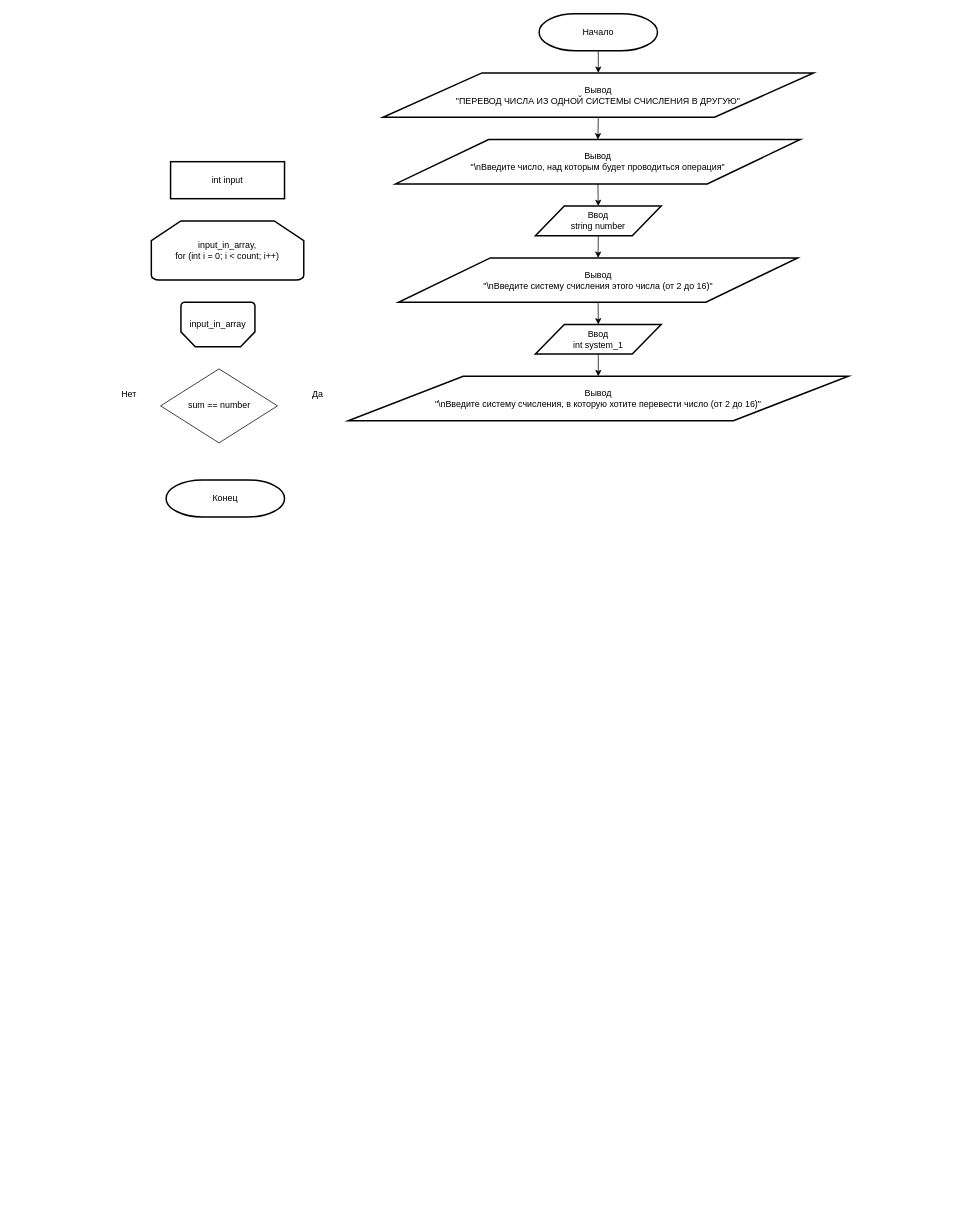
Above: Блок-схема по системам счисления.drawio in Ro1ix/number_system (draw.io), before the change. Source tidied: cells renumbered, new cells numbered last; positions are measured from the earlier drawing's top-left corner, leaving out a move shared by most shapes. Both pictures are drawn from the tidied source at 74%, with x=0, y=0 at pixel (107, 13).
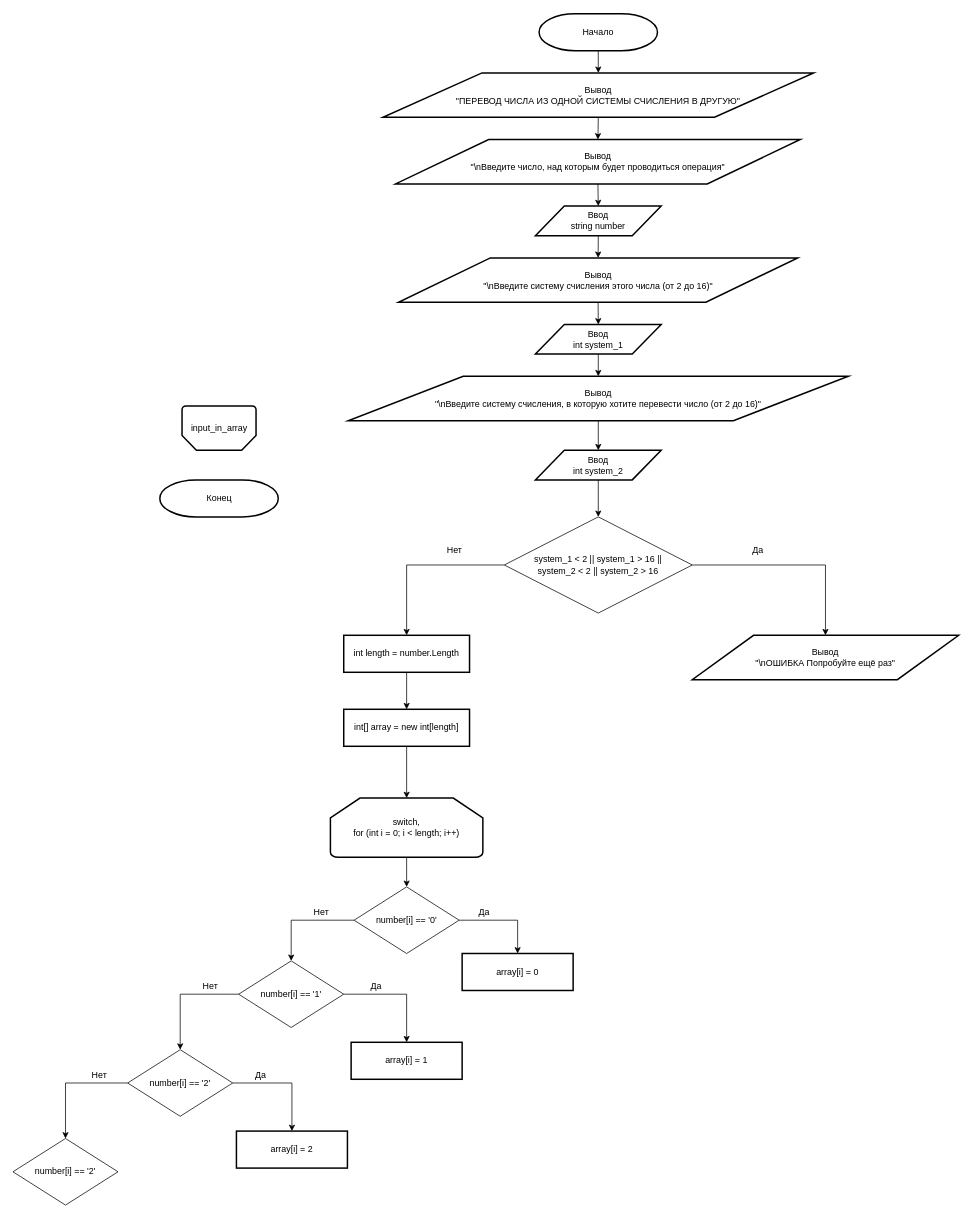
The same page after the edit.

Commit message:
Блок-схема

The change refers to these unchanged cells:
```xml
<mxCell id="23" value="Вывод&lt;br&gt;&quot;\nВведите систему счисления, в которую хотите перевести число (от 2 до 16)&quot;" style="shape=parallelogram;html=1;strokeWidth=2;perimeter=parallelogramPerimeter;whiteSpace=wrap;rounded=1;arcSize=0;size=0.23;" parent="1" vertex="1">
  <mxGeometry x="326" y="490" width="676" height="60" as="geometry" />
</mxCell>
```

The edit, as a diff of the source:
```diff
@@
+    <mxCell id="24" style="edgeStyle=orthogonalEdgeStyle;rounded=0;jettySize=auto;html=1;exitX=0.5;exitY=1;exitDx=0;exitDy=0;entryX=0.5;entryY=0;entryDx=0;entryDy=0;" parent="1" edge="1" source="4" target="33">
+      <mxGeometry relative="1" as="geometry" />
+    </mxCell>
-    <mxCell id="4" value="int input" style="rounded=1;whiteSpace=wrap;html=1;absoluteArcSize=1;arcSize=0;strokeWidth=2;" parent="1" vertex="1">
-      <mxGeometry x="86" y="200" width="154" height="50" as="geometry" />
+    <mxCell id="4" value="int length = number.Length" style="rounded=1;whiteSpace=wrap;html=1;absoluteArcSize=1;arcSize=0;strokeWidth=2;" parent="1" vertex="1">
+      <mxGeometry x="320" y="840" width="170" height="50" as="geometry" />
     </mxCell>
+    <mxCell id="25" style="edgeStyle=orthogonalEdgeStyle;rounded=0;jettySize=auto;html=1;exitX=0.5;exitY=1;exitDx=0;exitDy=0;exitPerimeter=0;entryX=0.5;entryY=0;entryDx=0;entryDy=0;" parent="1" edge="1" source="5" target="36">
+      <mxGeometry relative="1" as="geometry" />
+    </mxCell>
-    <mxCell id="5" value="input_in_array,&lt;br&gt;for (int i = 0; i &amp;lt; count; i++)" style="strokeWidth=2;html=1;shape=mxgraph.flowchart.loop_limit;whiteSpace=wrap;" parent="1" vertex="1">
-      <mxGeometry x="60" y="280" width="206" height="80" as="geometry" />
+    <mxCell id="5" value="switch,&lt;br&gt;for (int i = 0; i &amp;lt; length; i++)" style="strokeWidth=2;html=1;shape=mxgraph.flowchart.loop_limit;whiteSpace=wrap;" parent="1" vertex="1">
+      <mxGeometry x="302" y="1060" width="206" height="80" as="geometry" />
     </mxCell>
@@
     <mxCell id="8" style="group;" parent="1" vertex="1">
-      <mxGeometry x="100" y="390" width="100" height="60" as="geometry" />
+      <mxGeometry x="101.5" y="530" width="100" height="60" as="geometry" />
     </mxCell>
@@
+    <mxCell id="26" style="edgeStyle=orthogonalEdgeStyle;rounded=0;jettySize=auto;html=1;exitX=1;exitY=0.5;exitDx=0;exitDy=0;entryX=0.5;entryY=0;entryDx=0;entryDy=0;" parent="1" edge="1" source="11" target="31">
+      <mxGeometry relative="1" as="geometry" />
+    </mxCell>
+    <mxCell id="27" style="edgeStyle=orthogonalEdgeStyle;rounded=0;jettySize=auto;html=1;exitX=0;exitY=0.5;exitDx=0;exitDy=0;entryX=0.5;entryY=0;entryDx=0;entryDy=0;" parent="1" edge="1" source="11" target="4">
+      <mxGeometry relative="1" as="geometry" />
+    </mxCell>
-    <mxCell id="11" value="sum == number" style="rhombus;whiteSpace=wrap;html=1;" parent="1" vertex="1">
-      <mxGeometry x="72.5" y="480" width="158" height="100" as="geometry" />
+    <mxCell id="11" value="system_1 &amp;lt; 2 || system_1 &amp;gt; 16 ||&lt;br&gt;system_2 &amp;lt; 2 || system_2 &amp;gt; 16" style="rhombus;whiteSpace=wrap;html=1;" parent="1" vertex="1">
+      <mxGeometry x="537" y="680" width="254" height="130" as="geometry" />
     </mxCell>
     <mxCell id="12" value="Да" style="text;html=1;strokeColor=none;fillColor=none;align=center;verticalAlign=middle;whiteSpace=wrap;rounded=0;" parent="1" vertex="1">
-      <mxGeometry x="254.5" y="500" width="60" height="30" as="geometry" />
+      <mxGeometry x="850" y="710" width="60" height="30" as="geometry" />
     </mxCell>
     <mxCell id="13" value="Нет" style="text;html=1;strokeColor=none;fillColor=none;align=center;verticalAlign=middle;whiteSpace=wrap;rounded=0;" parent="1" vertex="1">
-      <mxGeometry y="500" width="60" height="30" as="geometry" />
+      <mxGeometry x="440" y="710" width="60" height="30" as="geometry" />
     </mxCell>
     <mxCell id="14" value="Конец" style="strokeWidth=2;html=1;shape=mxgraph.flowchart.terminator;whiteSpace=wrap;" parent="1" vertex="1">
-      <mxGeometry x="80" y="630" width="160" height="50" as="geometry" />
+      <mxGeometry x="71.5" y="630" width="160" height="50" as="geometry" />
     </mxCell>
@@
+    <mxCell id="28" style="edgeStyle=orthogonalEdgeStyle;rounded=0;jettySize=auto;html=1;exitX=0.5;exitY=1;exitDx=0;exitDy=0;entryX=0.5;entryY=0;entryDx=0;entryDy=0;" parent="1" edge="1" source="23" target="30">
+      <mxGeometry relative="1" as="geometry" />
+    </mxCell>
@@
+    <mxCell id="29" style="edgeStyle=orthogonalEdgeStyle;rounded=0;jettySize=auto;html=1;exitX=0.5;exitY=1;exitDx=0;exitDy=0;entryX=0.5;entryY=0;entryDx=0;entryDy=0;" parent="1" edge="1" source="30" target="11">
+      <mxGeometry relative="1" as="geometry" />
+    </mxCell>
+    <mxCell id="30" value="Ввод&lt;br&gt;int system_2" style="shape=parallelogram;html=1;strokeWidth=2;perimeter=parallelogramPerimeter;whiteSpace=wrap;rounded=1;arcSize=0;size=0.23;" parent="1" vertex="1">
+      <mxGeometry x="579" y="590" width="170" height="40" as="geometry" />
+    </mxCell>
+    <mxCell id="31" value="Вывод&lt;br&gt;&quot;\nОШИБКА Попробуйте ещё раз&quot;" style="shape=parallelogram;html=1;strokeWidth=2;perimeter=parallelogramPerimeter;whiteSpace=wrap;rounded=1;arcSize=0;size=0.23;" parent="1" vertex="1">
+      <mxGeometry x="791" y="840" width="360" height="60" as="geometry" />
+    </mxCell>
+    <mxCell id="32" style="edgeStyle=orthogonalEdgeStyle;rounded=0;jettySize=auto;html=1;exitX=0.5;exitY=1;exitDx=0;exitDy=0;entryX=0.5;entryY=0;entryDx=0;entryDy=0;entryPerimeter=0;" parent="1" edge="1" source="33" target="5">
+      <mxGeometry relative="1" as="geometry" />
+    </mxCell>
+    <mxCell id="33" value="int[] array = new int[length]" style="rounded=1;whiteSpace=wrap;html=1;absoluteArcSize=1;arcSize=0;strokeWidth=2;" parent="1" vertex="1">
+      <mxGeometry x="320" y="940" width="170" height="50" as="geometry" />
+    </mxCell>
+    <mxCell id="34" style="edgeStyle=orthogonalEdgeStyle;rounded=0;jettySize=auto;html=1;exitX=1;exitY=0.5;exitDx=0;exitDy=0;entryX=0.5;entryY=0;entryDx=0;entryDy=0;" parent="1" edge="1" source="36" target="37">
+      <mxGeometry relative="1" as="geometry" />
+    </mxCell>
+    <mxCell id="35" style="edgeStyle=orthogonalEdgeStyle;rounded=0;jettySize=auto;html=1;exitX=0;exitY=0.5;exitDx=0;exitDy=0;entryX=0.5;entryY=0;entryDx=0;entryDy=0;" parent="1" edge="1" source="36" target="41">
+      <mxGeometry relative="1" as="geometry" />
+    </mxCell>
+    <mxCell id="36" value="number[i] ==&amp;nbsp;'0'" style="rhombus;whiteSpace=wrap;html=1;" parent="1" vertex="1">
+      <mxGeometry x="334" y="1180" width="142" height="90" as="geometry" />
+    </mxCell>
+    <mxCell id="37" value="array[i] = 0" style="rounded=1;whiteSpace=wrap;html=1;absoluteArcSize=1;arcSize=0;strokeWidth=2;" parent="1" vertex="1">
+      <mxGeometry x="480" y="1270" width="150" height="50" as="geometry" />
+    </mxCell>
+    <mxCell id="38" value="Да" style="text;html=1;strokeColor=none;fillColor=none;align=center;verticalAlign=middle;whiteSpace=wrap;rounded=0;" parent="1" vertex="1">
+      <mxGeometry x="480" y="1200" width="60" height="30" as="geometry" />
+    </mxCell>
+    <mxCell id="39" style="edgeStyle=orthogonalEdgeStyle;rounded=0;jettySize=auto;html=1;exitX=1;exitY=0.5;exitDx=0;exitDy=0;entryX=0.5;entryY=0;entryDx=0;entryDy=0;" parent="1" edge="1" source="41" target="43">
+      <mxGeometry relative="1" as="geometry" />
+    </mxCell>
+    <mxCell id="40" style="edgeStyle=orthogonalEdgeStyle;rounded=0;jettySize=auto;html=1;exitX=0;exitY=0.5;exitDx=0;exitDy=0;entryX=0.5;entryY=0;entryDx=0;entryDy=0;" parent="1" edge="1" source="41" target="46">
+      <mxGeometry relative="1" as="geometry" />
+    </mxCell>
+    <mxCell id="41" value="number[i] ==&amp;nbsp;'1'" style="rhombus;whiteSpace=wrap;html=1;" parent="1" vertex="1">
+      <mxGeometry x="178" y="1280" width="142" height="90" as="geometry" />
+    </mxCell>
+    <mxCell id="42" value="Нет" style="text;html=1;strokeColor=none;fillColor=none;align=center;verticalAlign=middle;whiteSpace=wrap;rounded=0;" parent="1" vertex="1">
+      <mxGeometry x="260" y="1200" width="60" height="30" as="geometry" />
+    </mxCell>
+    <mxCell id="43" value="array[i] = 1" style="rounded=1;whiteSpace=wrap;html=1;absoluteArcSize=1;arcSize=0;strokeWidth=2;" parent="1" vertex="1">
+      <mxGeometry x="330" y="1390" width="150" height="50" as="geometry" />
+    </mxCell>
+    <mxCell id="44" style="edgeStyle=orthogonalEdgeStyle;rounded=0;jettySize=auto;html=1;exitX=1;exitY=0.5;exitDx=0;exitDy=0;entryX=0.5;entryY=0;entryDx=0;entryDy=0;" parent="1" edge="1" source="46" target="49">
+      <mxGeometry relative="1" as="geometry" />
+    </mxCell>
+    <mxCell id="45" style="edgeStyle=orthogonalEdgeStyle;rounded=0;jettySize=auto;html=1;exitX=0;exitY=0.5;exitDx=0;exitDy=0;entryX=0.5;entryY=0;entryDx=0;entryDy=0;" parent="1" edge="1" source="46" target="50">
+      <mxGeometry relative="1" as="geometry" />
+    </mxCell>
+    <mxCell id="46" value="number[i] ==&amp;nbsp;'2'" style="rhombus;whiteSpace=wrap;html=1;" parent="1" vertex="1">
+      <mxGeometry x="28" y="1400" width="142" height="90" as="geometry" />
+    </mxCell>
+    <mxCell id="47" value="Да" style="text;html=1;strokeColor=none;fillColor=none;align=center;verticalAlign=middle;whiteSpace=wrap;rounded=0;" parent="1" vertex="1">
+      <mxGeometry x="334" y="1300" width="60" height="30" as="geometry" />
+    </mxCell>
+    <mxCell id="48" value="Нет" style="text;html=1;strokeColor=none;fillColor=none;align=center;verticalAlign=middle;whiteSpace=wrap;rounded=0;" parent="1" vertex="1">
+      <mxGeometry x="110" y="1300" width="60" height="30" as="geometry" />
+    </mxCell>
+    <mxCell id="49" value="array[i] = 2" style="rounded=1;whiteSpace=wrap;html=1;absoluteArcSize=1;arcSize=0;strokeWidth=2;" parent="1" vertex="1">
+      <mxGeometry x="175" y="1510" width="150" height="50" as="geometry" />
+    </mxCell>
+    <mxCell id="50" value="number[i] ==&amp;nbsp;'2'" style="rhombus;whiteSpace=wrap;html=1;" parent="1" vertex="1">
+      <mxGeometry x="-127" y="1520" width="142" height="90" as="geometry" />
+    </mxCell>
+    <mxCell id="51" value="Да" style="text;html=1;strokeColor=none;fillColor=none;align=center;verticalAlign=middle;whiteSpace=wrap;rounded=0;" parent="1" vertex="1">
+      <mxGeometry x="178" y="1420" width="60" height="30" as="geometry" />
+    </mxCell>
+    <mxCell id="52" value="Нет" style="text;html=1;strokeColor=none;fillColor=none;align=center;verticalAlign=middle;whiteSpace=wrap;rounded=0;" parent="1" vertex="1">
+      <mxGeometry x="-40" y="1420" width="60" height="30" as="geometry" />
+    </mxCell>
```
